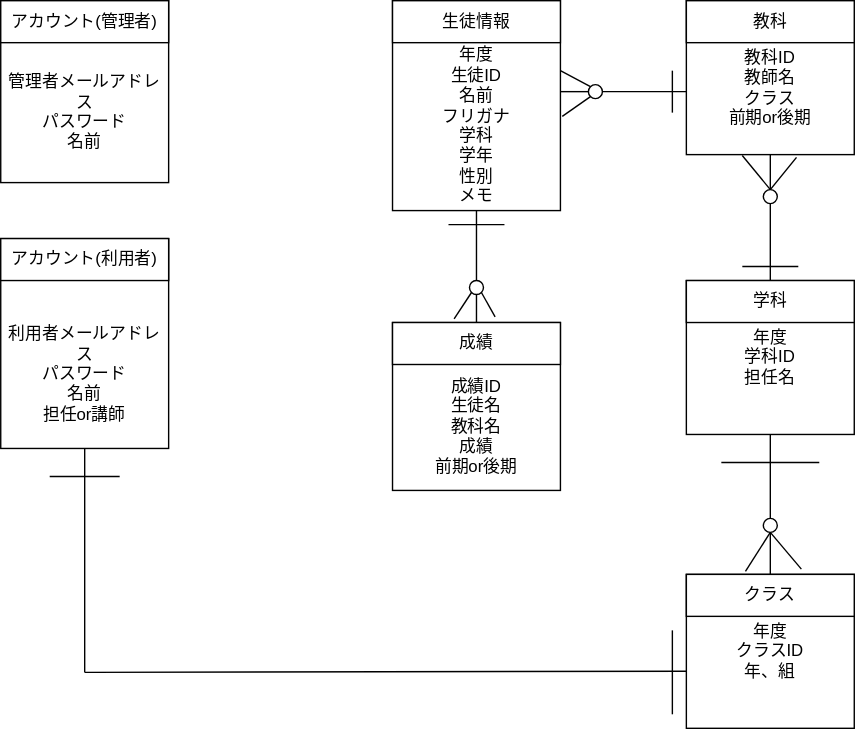
Earlier version of the draw.io export b.drawio.svg (nakamachiJP/uml-introduction). Source tidied: cells renumbered, new cells last; positions are measured from the earlier drawing's top-left corner, leaving out a move shared by most shapes.
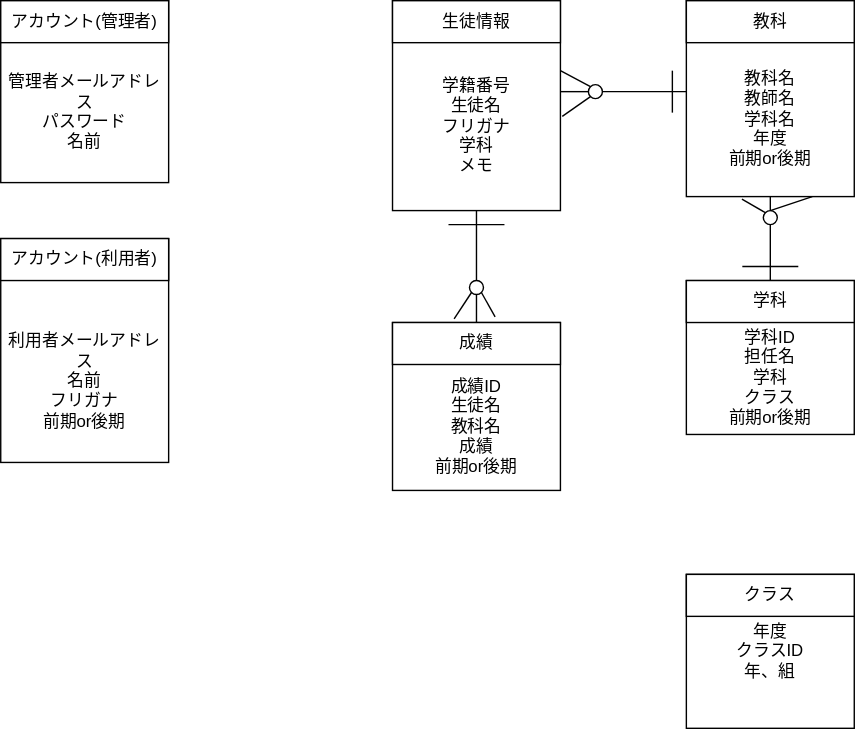
After the commit.

Commit message:
プロジェクト

Diff of the diagram source:
```diff
@@ -8,13 +8,13 @@
     <mxCell id="3" value="アカウント(管理者)" style="rounded=0;whiteSpace=wrap;html=1;" parent="1" vertex="1">
       <mxGeometry width="120" height="30" as="geometry" />
     </mxCell>
-    <mxCell id="4" value="&lt;br&gt;&lt;br&gt;&lt;br&gt;利用者メールアドレス&lt;br&gt;パスワード&lt;br&gt;名前&lt;br&gt;担任or講師" style="rounded=0;whiteSpace=wrap;html=1;" parent="1" vertex="1">
-      <mxGeometry y="170" width="120" height="150" as="geometry" />
+    <mxCell id="4" value="&lt;br&gt;&lt;br&gt;&lt;br&gt;利用者メールアドレス&lt;br&gt;名前&lt;br&gt;フリガナ&lt;br&gt;前期or後期" style="rounded=0;whiteSpace=wrap;html=1;" parent="1" vertex="1">
+      <mxGeometry y="170" width="120" height="160" as="geometry" />
     </mxCell>
     <mxCell id="5" value="アカウント(利用者)" style="rounded=0;whiteSpace=wrap;html=1;" parent="1" vertex="1">
       <mxGeometry y="170" width="120" height="30" as="geometry" />
     </mxCell>
-    <mxCell id="6" value="&lt;br&gt;&lt;br&gt;年度&lt;br&gt;生徒ID&lt;br&gt;名前&lt;br&gt;フリガナ&lt;br&gt;学科&lt;br&gt;学年&lt;br&gt;性別&lt;br&gt;メモ" style="rounded=0;whiteSpace=wrap;html=1;" parent="1" vertex="1">
+    <mxCell id="6" value="&lt;br&gt;&lt;br&gt;学籍番号&lt;br&gt;生徒名&lt;br&gt;フリガナ&lt;br&gt;学科&lt;br&gt;メモ" style="rounded=0;whiteSpace=wrap;html=1;" parent="1" vertex="1">
       <mxGeometry x="280" width="120" height="150" as="geometry" />
     </mxCell>
     <mxCell id="7" value="生徒情報" style="rounded=0;whiteSpace=wrap;html=1;" parent="1" vertex="1">
@@ -26,13 +26,13 @@
     <mxCell id="9" value="成績" style="rounded=0;whiteSpace=wrap;html=1;" parent="1" vertex="1">
       <mxGeometry x="280" y="230" width="120" height="30" as="geometry" />
     </mxCell>
-    <mxCell id="10" value="&lt;br&gt;教科ID&lt;br&gt;教師名&lt;br&gt;クラス&lt;br&gt;前期or後期" style="rounded=0;whiteSpace=wrap;html=1;" parent="1" vertex="1">
-      <mxGeometry x="490" width="120" height="110" as="geometry" />
+    <mxCell id="10" value="&lt;br&gt;&lt;br&gt;教科名&lt;br&gt;教師名&lt;br&gt;学科名&lt;br&gt;年度&lt;br&gt;前期or後期" style="rounded=0;whiteSpace=wrap;html=1;" parent="1" vertex="1">
+      <mxGeometry x="490" width="120" height="140" as="geometry" />
     </mxCell>
     <mxCell id="11" value="教科" style="rounded=0;whiteSpace=wrap;html=1;" parent="1" vertex="1">
       <mxGeometry x="490" width="120" height="30" as="geometry" />
     </mxCell>
-    <mxCell id="12" value="年度&lt;br&gt;学科ID&lt;br&gt;担任名" style="rounded=0;whiteSpace=wrap;html=1;" parent="1" vertex="1">
+    <mxCell id="12" value="&lt;br&gt;&lt;br&gt;学科ID&lt;br&gt;担任名&lt;br&gt;学科&lt;br&gt;クラス&lt;br&gt;前期or後期" style="rounded=0;whiteSpace=wrap;html=1;" parent="1" vertex="1">
       <mxGeometry x="490" y="200" width="120" height="110" as="geometry" />
     </mxCell>
     <mxCell id="13" value="学科" style="rounded=0;whiteSpace=wrap;html=1;" parent="1" vertex="1">
@@ -84,86 +84,40 @@
     <mxCell id="25" style="endArrow=none;html=1;entryX=0;entryY=1;entryDx=0;entryDy=0;exitX=1.011;exitY=0.551;exitDx=0;exitDy=0;exitPerimeter=0;" parent="1" edge="1" source="6" target="23">
       <mxGeometry relative="1" as="geometry" />
     </mxCell>
-    <mxCell id="26" style="endArrow=none;html=1;entryX=0.5;entryY=1;entryDx=0;entryDy=0;exitX=0.5;exitY=0;exitDx=0;exitDy=0;startArrow=none;" parent="1" edge="1" source="28" target="10">
-      <mxGeometry relative="1" as="geometry" />
-    </mxCell>
-    <mxCell id="27" style="endArrow=none;html=1;entryX=0.5;entryY=1;entryDx=0;entryDy=0;exitX=0.5;exitY=0;exitDx=0;exitDy=0;" parent="1" edge="1" source="13" target="28">
-      <mxGeometry relative="1" as="geometry" />
-    </mxCell>
-    <mxCell id="28" style="ellipse;whiteSpace=wrap;html=1;" parent="1" vertex="1">
-      <mxGeometry x="545" y="135" width="10" height="10" as="geometry" />
-    </mxCell>
     <mxCell id="29" style="endArrow=none;html=1;" parent="1" edge="1">
       <mxGeometry relative="1" as="geometry">
         <mxPoint x="530" y="190" as="sourcePoint" />
         <mxPoint x="570" y="190" as="targetPoint" />
       </mxGeometry>
     </mxCell>
-    <mxCell id="30" style="endArrow=none;html=1;entryX=0.5;entryY=0;entryDx=0;entryDy=0;exitX=0.333;exitY=1.006;exitDx=0;exitDy=0;exitPerimeter=0;" parent="1" edge="1" source="10" target="28">
-      <mxGeometry relative="1" as="geometry" />
-    </mxCell>
-    <mxCell id="31" style="endArrow=none;html=1;entryX=0.5;entryY=0;entryDx=0;entryDy=0;exitX=0.656;exitY=1.018;exitDx=0;exitDy=0;exitPerimeter=0;" parent="1" edge="1" source="10" target="28">
-      <mxGeometry relative="1" as="geometry" />
-    </mxCell>
     <mxCell id="32" value="年度&lt;br&gt;クラスID&lt;br&gt;年、組" style="rounded=0;whiteSpace=wrap;html=1;" parent="1" vertex="1">
       <mxGeometry x="490" y="410" width="120" height="110" as="geometry" />
     </mxCell>
     <mxCell id="33" value="クラス" style="rounded=0;whiteSpace=wrap;html=1;" parent="1" vertex="1">
       <mxGeometry x="490" y="410" width="120" height="30" as="geometry" />
     </mxCell>
-    <mxCell id="34" style="endArrow=none;html=1;entryX=0.5;entryY=1;entryDx=0;entryDy=0;startArrow=none;" parent="1" edge="1" source="44" target="12">
-      <mxGeometry relative="1" as="geometry" />
-    </mxCell>
-    <mxCell id="35" style="endArrow=none;html=1;" parent="1" edge="1">
-      <mxGeometry relative="1" as="geometry">
-        <mxPoint x="515" y="330" as="sourcePoint" />
-        <mxPoint x="585" y="330" as="targetPoint" />
-      </mxGeometry>
-    </mxCell>
-    <mxCell id="36" style="endArrow=none;html=1;entryX=0.5;entryY=1;entryDx=0;entryDy=0;exitX=0.5;exitY=0;exitDx=0;exitDy=0;" parent="1" edge="1" source="33">
-      <mxGeometry relative="1" as="geometry">
-        <mxPoint x="550" y="380" as="targetPoint" />
-      </mxGeometry>
-    </mxCell>
-    <mxCell id="37" style="endArrow=none;html=1;entryX=0.5;entryY=1;entryDx=0;entryDy=0;exitX=0.352;exitY=-0.074;exitDx=0;exitDy=0;exitPerimeter=0;" parent="1" edge="1" source="33">
-      <mxGeometry relative="1" as="geometry">
-        <mxPoint x="550" y="380" as="targetPoint" />
-      </mxGeometry>
-    </mxCell>
-    <mxCell id="38" style="endArrow=none;html=1;entryX=0.5;entryY=1;entryDx=0;entryDy=0;exitX=0.685;exitY=-0.126;exitDx=0;exitDy=0;exitPerimeter=0;" parent="1" edge="1" source="33">
-      <mxGeometry relative="1" as="geometry">
-        <mxPoint x="550" y="380" as="targetPoint" />
-      </mxGeometry>
-    </mxCell>
-    <mxCell id="39" style="endArrow=none;html=1;entryX=0.5;entryY=1;entryDx=0;entryDy=0;" parent="1" edge="1" target="4">
-      <mxGeometry relative="1" as="geometry">
-        <mxPoint x="60" y="480" as="sourcePoint" />
-      </mxGeometry>
-    </mxCell>
-    <mxCell id="40" style="endArrow=none;html=1;entryX=-0.001;entryY=0.629;entryDx=0;entryDy=0;entryPerimeter=0;" parent="1" edge="1" target="32">
-      <mxGeometry relative="1" as="geometry">
-        <mxPoint x="60" y="480" as="sourcePoint" />
-      </mxGeometry>
-    </mxCell>
-    <mxCell id="41" style="endArrow=none;html=1;" parent="1" edge="1">
-      <mxGeometry relative="1" as="geometry">
-        <mxPoint x="35" y="340" as="sourcePoint" />
-        <mxPoint x="85" y="340" as="targetPoint" />
-      </mxGeometry>
-    </mxCell>
-    <mxCell id="42" style="endArrow=none;html=1;" parent="1" edge="1">
-      <mxGeometry relative="1" as="geometry">
-        <mxPoint x="480" y="510" as="sourcePoint" />
-        <mxPoint x="480" y="450" as="targetPoint" />
-      </mxGeometry>
-    </mxCell>
-    <mxCell id="43" style="endArrow=none;html=1;entryX=0.5;entryY=1;entryDx=0;entryDy=0;startArrow=none;" parent="1" edge="1" target="44">
+    <mxCell id="43" style="endArrow=none;html=1;entryX=0.5;entryY=1;entryDx=0;entryDy=0;startArrow=none;" parent="1" edge="1">
       <mxGeometry relative="1" as="geometry">
         <mxPoint x="550" y="380" as="sourcePoint" />
+        <mxPoint x="550" y="380" as="targetPoint" />
       </mxGeometry>
     </mxCell>
-    <mxCell id="44" style="ellipse;whiteSpace=wrap;html=1;" parent="1" vertex="1">
-      <mxGeometry x="545" y="370" width="10" height="10" as="geometry" />
-    </mxCell>
+    <mxCell id="45" style="endArrow=none;html=1;exitX=0.5;exitY=0;exitDx=0;exitDy=0;entryX=0.5;entryY=1;entryDx=0;entryDy=0;startArrow=none;" parent="1" edge="1" source="47" target="10">
+      <mxGeometry relative="1" as="geometry" />
+    </mxCell>
+    <mxCell id="46" style="endArrow=none;html=1;exitX=0.5;exitY=0;exitDx=0;exitDy=0;entryX=0.5;entryY=1;entryDx=0;entryDy=0;" parent="1" edge="1" source="13" target="47">
+      <mxGeometry relative="1" as="geometry" />
+    </mxCell>
+    <mxCell id="47" style="ellipse;whiteSpace=wrap;html=1;" parent="1" vertex="1">
+      <mxGeometry x="545" y="150" width="10" height="10" as="geometry" />
+    </mxCell>
+    <mxCell id="48" style="endArrow=none;html=1;exitX=0;exitY=0;exitDx=0;exitDy=0;entryX=0.331;entryY=1.013;entryDx=0;entryDy=0;entryPerimeter=0;" parent="1" edge="1" source="47" target="10">
+      <mxGeometry relative="1" as="geometry" />
+    </mxCell>
+    <mxCell id="49" style="endArrow=none;html=1;entryX=0.75;entryY=1;entryDx=0;entryDy=0;" parent="1" edge="1" target="10">
+      <mxGeometry relative="1" as="geometry">
+        <mxPoint x="550" y="150" as="sourcePoint" />
+      </mxGeometry>
+    </mxCell>
   </root>
 </mxGraphModel>
```
